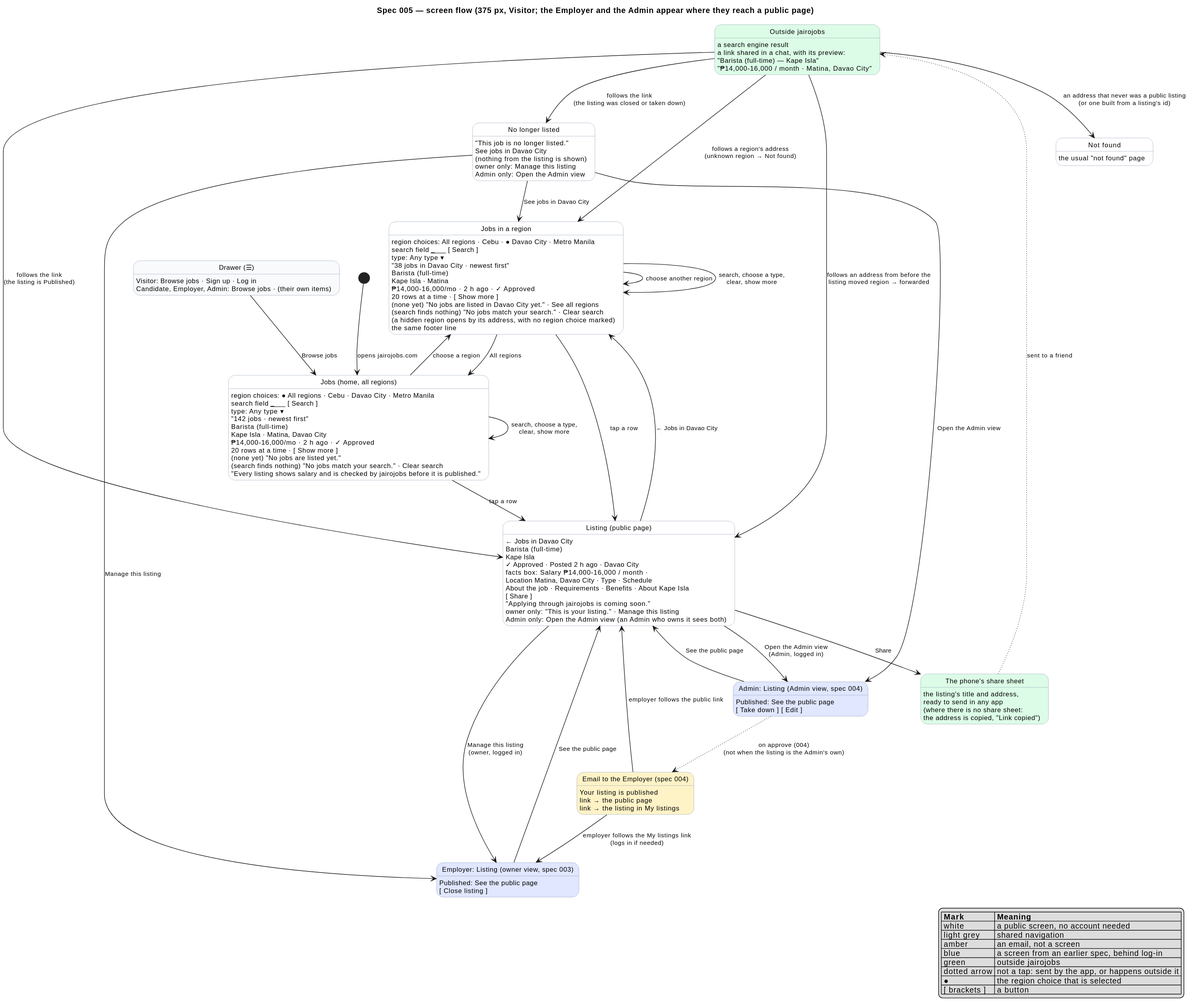
raseniero/jairojobs-elixir keeps this PlantUML diagram as docs/specs/005-public-browse-search/diagrams/screenflow-browse.svg. Above is the earlier version.
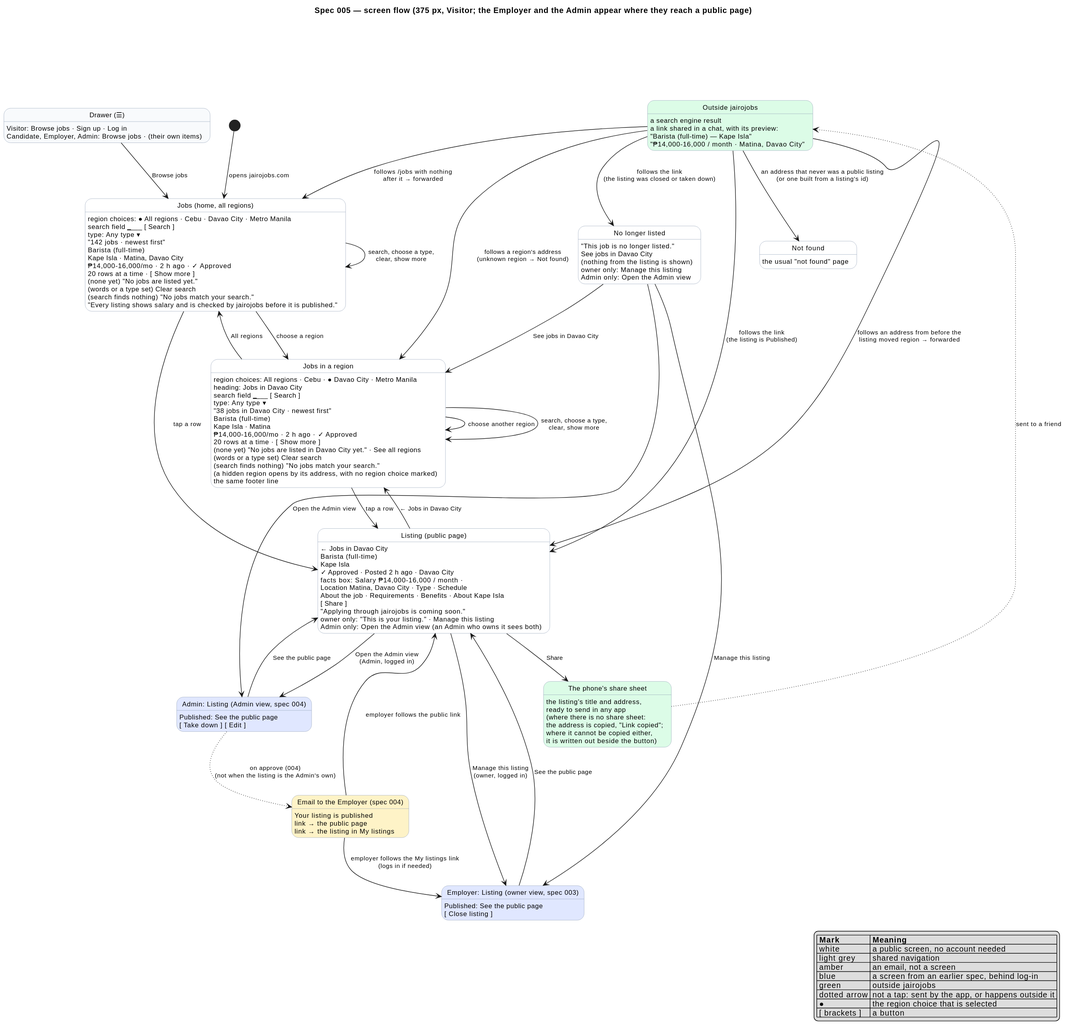
The same file after the commit.

Change to the diagram source:
```diff
@@ -34,11 +34,13 @@
 All : ₱14,000-16,000/mo · 2 h ago · ✓ Approved
 All : 20 rows at a time · [ Show more ]
 All : (none yet) "No jobs are listed yet."
-All : (search finds nothing) "No jobs match your search." · Clear search
+All : (words or a type set) Clear search
+All : (search finds nothing) "No jobs match your search."
 All : "Every listing shows salary and is checked by jairojobs before it is published."
 
 state "Jobs in a region" as Region
 Region : region choices: All regions · Cebu · ● Davao City · Metro Manila
+Region : heading: Jobs in Davao City
 Region : search field ________  [ Search ]
 Region : type: Any type ▾
 Region : "38 jobs in Davao City · newest first"
@@ -47,7 +49,8 @@
 Region : ₱14,000-16,000/mo · 2 h ago · ✓ Approved
 Region : 20 rows at a time · [ Show more ]
 Region : (none yet) "No jobs are listed in Davao City yet." · See all regions
-Region : (search finds nothing) "No jobs match your search." · Clear search
+Region : (words or a type set) Clear search
+Region : (search finds nothing) "No jobs match your search."
 Region : (a hidden region opens by its address, with no region choice marked)
 Region : the same footer line
 
@@ -78,7 +81,9 @@
 Sheet : the listing's title and address,
 Sheet : ready to send in any app
 Sheet : (where there is no share sheet:
-Sheet : the address is copied, "Link copied")
+Sheet : the address is copied, "Link copied";
+Sheet : where it cannot be copied either,
+Sheet : it is written out beside the button)
 
 state "Email to the Employer (spec 004)" as Mail <<email>>
 Mail : Your listing is published
@@ -110,6 +115,7 @@
 Outside --> Listing : follows an address from before the\nlisting moved region → forwarded
 Outside --> NotFound : an address that never was a public listing\n(or one built from a listing's id)
 Outside --> Region : follows a region's address\n(unknown region → Not found)
+Outside --> All : follows /jobs with nothing\nafter it → forwarded
 Gone --> Region : See jobs in Davao City
 
 Admin -[dotted]-> Mail : on approve (004)\n(not when the listing is the Admin's own)
```
